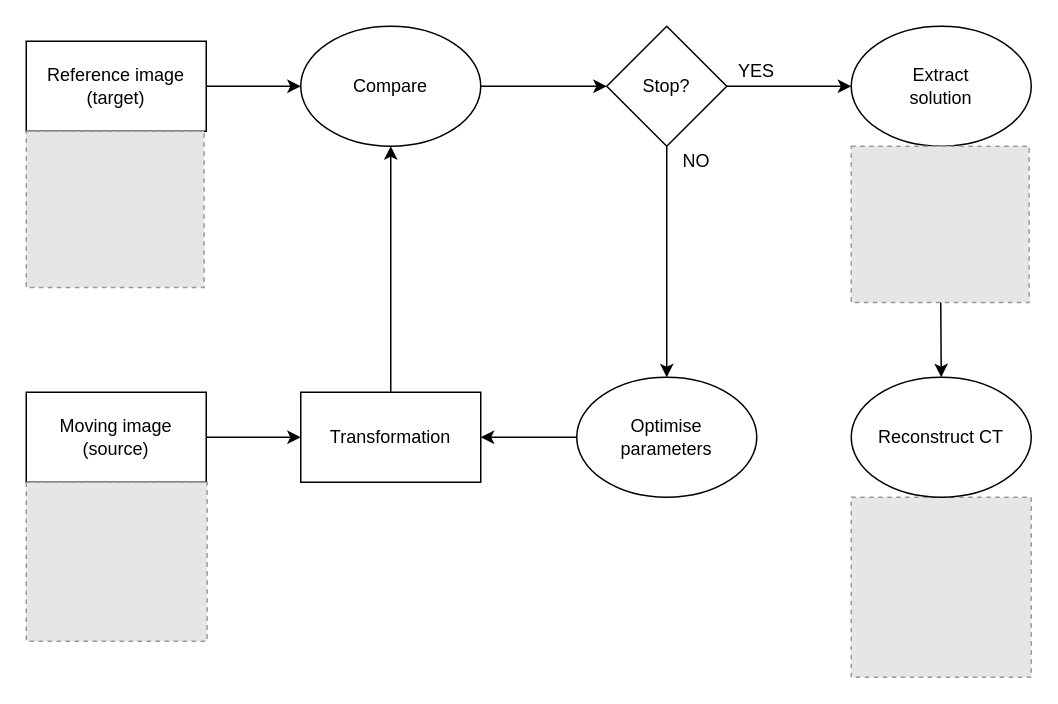
Above: doc/registration.drawio in effepivi/CT2CAD-Fibres (draw.io), before the change. Source tidied: cells renumbered, new cells numbered last; positions are measured from the earlier drawing's top-left corner, leaving out a move shared by most shapes. Both pictures are drawn from the tidied source at 150%, with x=0, y=0 at pixel (26, 26). Pictures stored in the file or linked from it are replaced by grey dashed boxes.
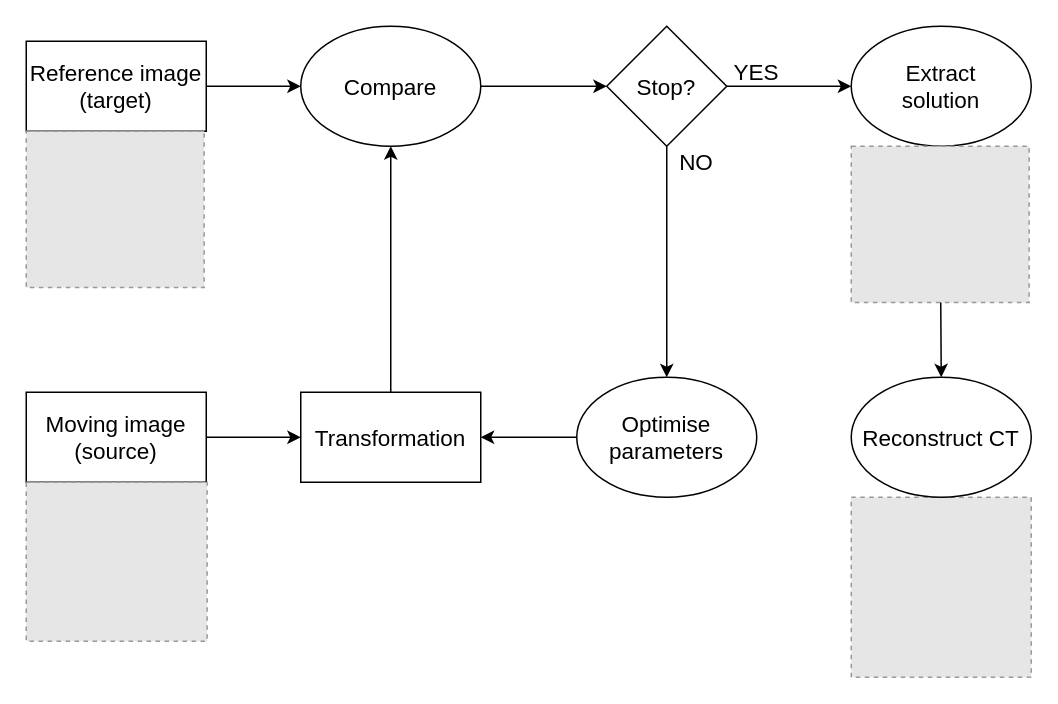
After the change.

What changed in the source:
```diff
@@
-    <mxCell id="2" value="&lt;div&gt;Reference image&lt;/div&gt;&lt;div&gt;(target)&lt;br&gt;&lt;/div&gt;" style="rounded=0;whiteSpace=wrap;html=1;" parent="1" vertex="1">
+    <mxCell id="2" value="&lt;div style=&quot;font-size: 15px;&quot;&gt;Reference image&lt;/div&gt;&lt;div style=&quot;font-size: 15px;&quot;&gt;(target)&lt;br style=&quot;font-size: 15px;&quot;&gt;&lt;/div&gt;" style="rounded=0;whiteSpace=wrap;html=1;fontSize=15;" parent="1" vertex="1">
       <mxGeometry y="10" width="120" height="60" as="geometry" />
     </mxCell>
-    <mxCell id="3" value="&lt;div&gt;Moving image&lt;/div&gt;&lt;div&gt;(source)&lt;br&gt;&lt;/div&gt;" style="rounded=0;whiteSpace=wrap;html=1;" parent="1" vertex="1">
+    <mxCell id="3" value="&lt;div style=&quot;font-size: 15px;&quot;&gt;Moving image&lt;/div&gt;&lt;div style=&quot;font-size: 15px;&quot;&gt;(source)&lt;br style=&quot;font-size: 15px;&quot;&gt;&lt;/div&gt;" style="rounded=0;whiteSpace=wrap;html=1;fontSize=15;" parent="1" vertex="1">
       <mxGeometry y="244" width="120" height="60" as="geometry" />
     </mxCell>
-    <mxCell id="4" value="Transformation" style="rounded=0;whiteSpace=wrap;html=1;" parent="1" vertex="1">
+    <mxCell id="4" value="Transformation" style="rounded=0;whiteSpace=wrap;html=1;fontSize=15;" parent="1" vertex="1">
       <mxGeometry x="183" y="244" width="120" height="60" as="geometry" />
     </mxCell>
@@
-    <mxCell id="6" value="Compare" style="ellipse;whiteSpace=wrap;html=1;" parent="1" vertex="1">
+    <mxCell id="6" value="Compare" style="ellipse;whiteSpace=wrap;html=1;fontSize=15;" parent="1" vertex="1">
       <mxGeometry x="183" width="120" height="80" as="geometry" />
     </mxCell>
@@
-    <mxCell id="9" value="Stop?" style="rhombus;whiteSpace=wrap;html=1;" parent="1" vertex="1">
+    <mxCell id="9" value="Stop?" style="rhombus;whiteSpace=wrap;html=1;fontSize=15;" parent="1" vertex="1">
       <mxGeometry x="387" width="80" height="80" as="geometry" />
     </mxCell>
-    <mxCell id="10" value="&lt;div&gt;Optimise&lt;/div&gt;&lt;div&gt;parameters&lt;br&gt;&lt;/div&gt;" style="ellipse;whiteSpace=wrap;html=1;" parent="1" vertex="1">
+    <mxCell id="10" value="&lt;div style=&quot;font-size: 15px;&quot;&gt;Optimise&lt;/div&gt;&lt;div style=&quot;font-size: 15px;&quot;&gt;parameters&lt;br style=&quot;font-size: 15px;&quot;&gt;&lt;/div&gt;" style="ellipse;whiteSpace=wrap;html=1;fontSize=15;" parent="1" vertex="1">
       <mxGeometry x="367" y="234" width="120" height="80" as="geometry" />
     </mxCell>
@@
-    <mxCell id="15" value="&lt;div&gt;Extract&lt;/div&gt;&lt;div&gt;solution&lt;br&gt;&lt;/div&gt;" style="ellipse;whiteSpace=wrap;html=1;" parent="1" vertex="1">
+    <mxCell id="15" value="&lt;div style=&quot;font-size: 15px;&quot;&gt;Extract&lt;/div&gt;&lt;div style=&quot;font-size: 15px;&quot;&gt;solution&lt;br style=&quot;font-size: 15px;&quot;&gt;&lt;/div&gt;" style="ellipse;whiteSpace=wrap;html=1;fontSize=15;" parent="1" vertex="1">
       <mxGeometry x="550" width="120" height="80" as="geometry" />
     </mxCell>
-    <mxCell id="16" value="YES" style="text;html=1;strokeColor=none;fillColor=none;align=center;verticalAlign=middle;whiteSpace=wrap;rounded=0;" parent="1" vertex="1">
+    <mxCell id="16" value="YES" style="text;html=1;strokeColor=none;fillColor=none;align=center;verticalAlign=middle;whiteSpace=wrap;rounded=0;fontSize=15;" parent="1" vertex="1">
       <mxGeometry x="467" y="20" width="40" height="20" as="geometry" />
     </mxCell>
-    <mxCell id="17" value="NO" style="text;html=1;strokeColor=none;fillColor=none;align=center;verticalAlign=middle;whiteSpace=wrap;rounded=0;" parent="1" vertex="1">
+    <mxCell id="17" value="NO" style="text;html=1;strokeColor=none;fillColor=none;align=center;verticalAlign=middle;whiteSpace=wrap;rounded=0;fontSize=15;" parent="1" vertex="1">
       <mxGeometry x="427" y="80" width="40" height="20" as="geometry" />
     </mxCell>
@@
-    <mxCell id="20" value="Reconstruct CT" style="ellipse;whiteSpace=wrap;html=1;" parent="1" vertex="1">
+    <mxCell id="20" value="Reconstruct CT" style="ellipse;whiteSpace=wrap;html=1;fontSize=15;" parent="1" vertex="1">
       <mxGeometry x="550" y="234" width="120" height="80" as="geometry" />
     </mxCell>
```
